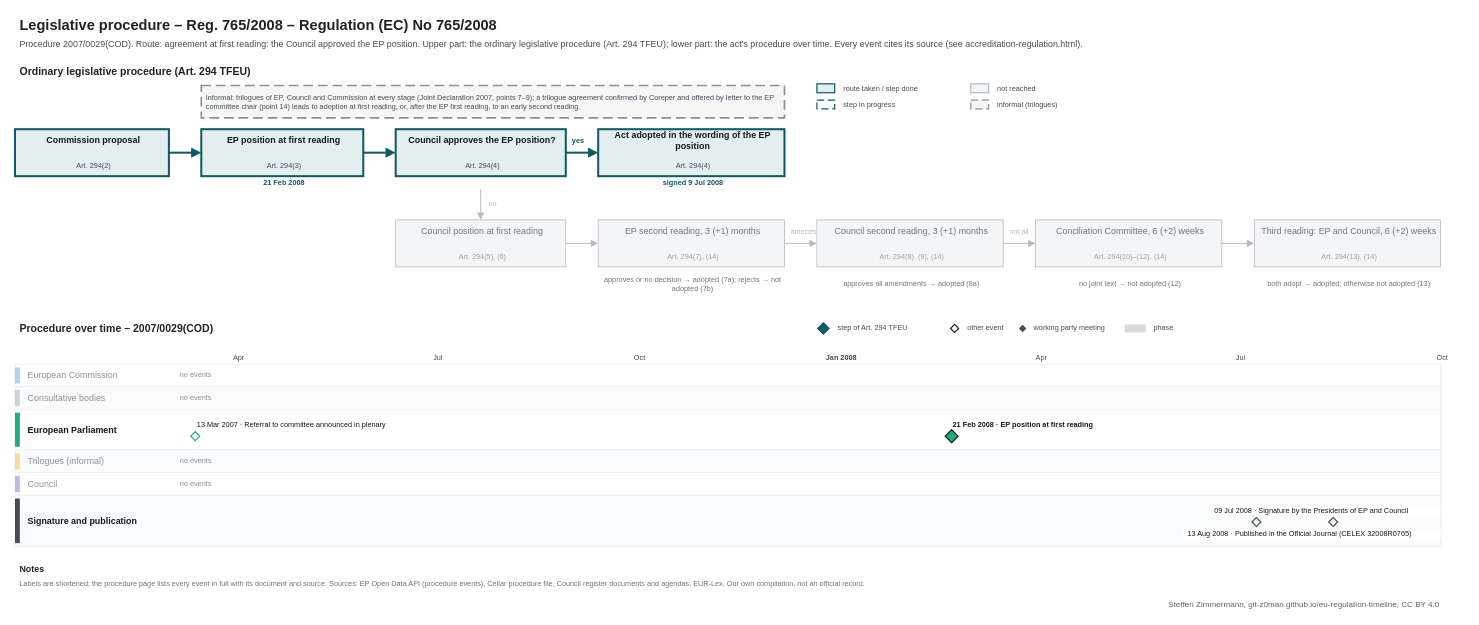
Above: procedures/accreditation-regulation.drawio in git-z0man/eu-regulation-timeline (draw.io), before the change. Source tidied: cells renumbered, new cells numbered last; positions are measured from the earlier drawing's top-left corner, leaving out a move shared by most shapes. Both pictures are drawn from the tidied source at 81%, with x=0, y=0 at pixel (15, 14).
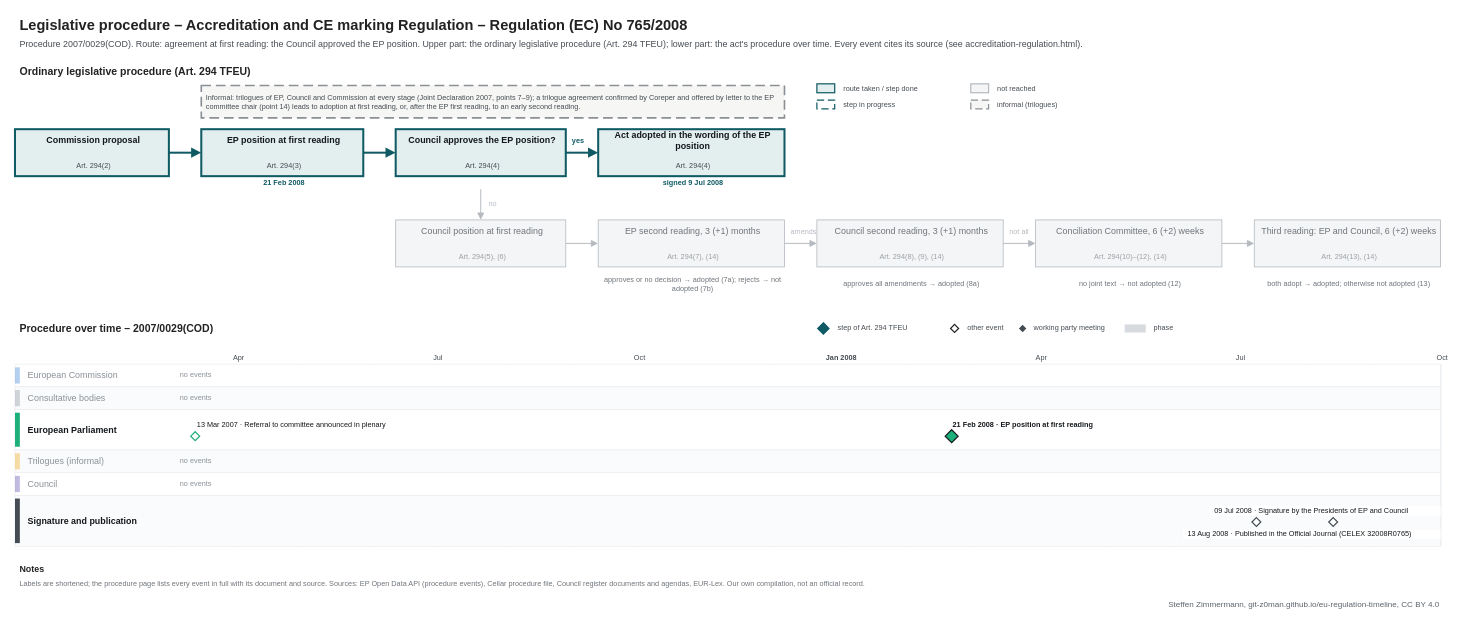
The same diagram, later.

The edit, as a diff of the source:
```diff
@@
-    <mxCell id="2" value="Legislative procedure – Reg. 765/2008 – Regulation (EC) No 765/2008" style="text;html=1;fontSize=18;fontColor=#222222;align=left;verticalAlign=middle;spacingLeft=4;fontStyle=1;" parent="1" vertex="1">
+    <mxCell id="2" value="Legislative procedure – Accreditation and CE marking Regulation – Regulation (EC) No 765/2008" style="text;html=1;fontSize=18;fontColor=#222222;align=left;verticalAlign=middle;spacingLeft=4;fontStyle=1;" parent="1" vertex="1">
       <mxGeometry width="1600" height="28" as="geometry" />
     </mxCell>
```
